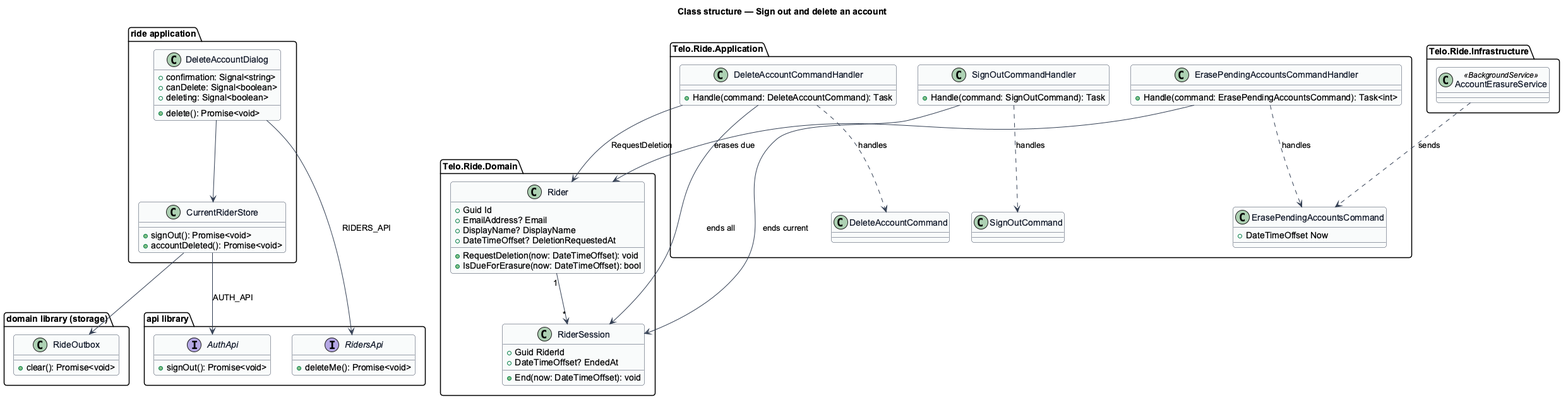
QuinntyneBrown/ride-one keeps this PlantUML diagram as docs/detailed-designs/accounts/sign-out-and-delete-an-account/diagrams/class-structure.png. Above is the earlier version.
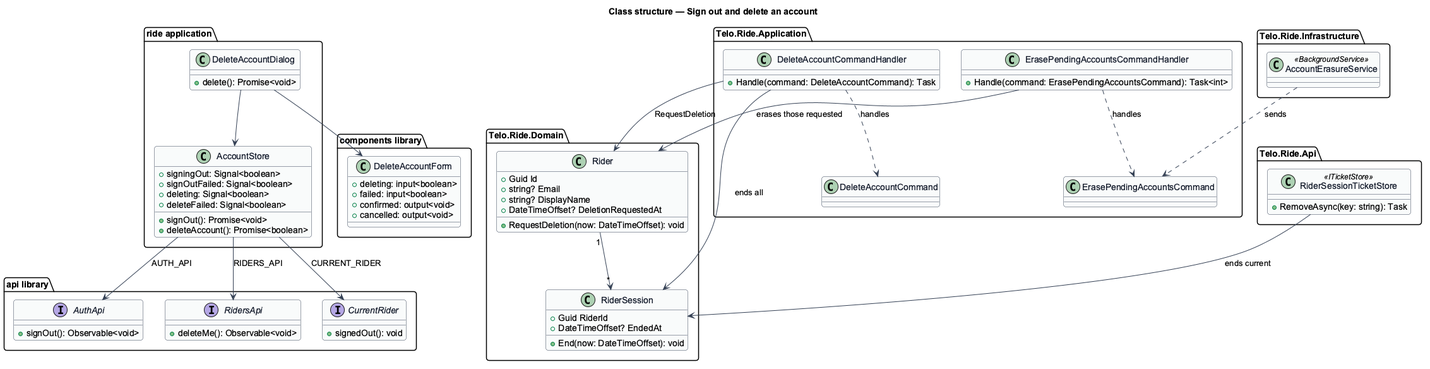
After the change.

Change to the diagram source:
```diff
@@ -13,45 +13,47 @@
 title Class structure — Sign out and delete an account
 package "ride application" {
   class DeleteAccountDialog {
-    +confirmation: Signal<string>
-    +canDelete: Signal<boolean>
-    +deleting: Signal<boolean>
     +delete(): Promise<void>
   }
-  class CurrentRiderStore {
+  class AccountStore {
+    +signingOut: Signal<boolean>
+    +signOutFailed: Signal<boolean>
+    +deleting: Signal<boolean>
+    +deleteFailed: Signal<boolean>
     +signOut(): Promise<void>
-    +accountDeleted(): Promise<void>
+    +deleteAccount(): Promise<boolean>
+  }
+}
+package "components library" {
+  class DeleteAccountForm {
+    +deleting: input<boolean>
+    +failed: input<boolean>
+    +confirmed: output<void>
+    +cancelled: output<void>
   }
 }
 package "api library" {
   interface AuthApi {
-    +signOut(): Promise<void>
+    +signOut(): Observable<void>
   }
   interface RidersApi {
-    +deleteMe(): Promise<void>
+    +deleteMe(): Observable<void>
+  }
+  interface CurrentRider {
+    +signedOut(): void
   }
 }
-package "domain library (storage)" {
-  class RideOutbox {
-    +clear(): Promise<void>
-  }
-}
-DeleteAccountDialog --> RidersApi : RIDERS_API
-DeleteAccountDialog --> CurrentRiderStore
-CurrentRiderStore --> AuthApi : AUTH_API
-CurrentRiderStore --> RideOutbox
+DeleteAccountDialog --> DeleteAccountForm
+DeleteAccountDialog --> AccountStore
+AccountStore --> AuthApi : AUTH_API
+AccountStore --> RidersApi : RIDERS_API
+AccountStore --> CurrentRider : CURRENT_RIDER
 package "Telo.Ride.Application" {
-  class SignOutCommand
-  class SignOutCommandHandler {
-    +Handle(command: SignOutCommand): Task
-  }
   class DeleteAccountCommand
   class DeleteAccountCommandHandler {
     +Handle(command: DeleteAccountCommand): Task
   }
-  class ErasePendingAccountsCommand {
-    +DateTimeOffset Now
-  }
+  class ErasePendingAccountsCommand
   class ErasePendingAccountsCommandHandler {
     +Handle(command: ErasePendingAccountsCommand): Task<int>
   }
@@ -59,11 +61,10 @@
 package "Telo.Ride.Domain" {
   class Rider {
     +Guid Id
-    +EmailAddress? Email
-    +DisplayName? DisplayName
+    +string? Email
+    +string? DisplayName
     +DateTimeOffset? DeletionRequestedAt
     +RequestDeletion(now: DateTimeOffset): void
-    +IsDueForErasure(now: DateTimeOffset): bool
   }
   class RiderSession {
     +Guid RiderId
@@ -71,16 +72,20 @@
     +End(now: DateTimeOffset): void
   }
 }
+package "Telo.Ride.Api" {
+  class RiderSessionTicketStore <<ITicketStore>> {
+    +RemoveAsync(key: string): Task
+  }
+}
 package "Telo.Ride.Infrastructure" {
   class AccountErasureService <<BackgroundService>>
 }
-SignOutCommandHandler ..> SignOutCommand : handles
+RiderSessionTicketStore --> RiderSession : ends current
 DeleteAccountCommandHandler ..> DeleteAccountCommand : handles
 ErasePendingAccountsCommandHandler ..> ErasePendingAccountsCommand : handles
-SignOutCommandHandler --> RiderSession : ends current
 DeleteAccountCommandHandler --> Rider : RequestDeletion
 DeleteAccountCommandHandler --> RiderSession : ends all
-ErasePendingAccountsCommandHandler --> Rider : erases due
+ErasePendingAccountsCommandHandler --> Rider : erases those requested
 AccountErasureService ..> ErasePendingAccountsCommand : sends
 Rider "1" --> "*" RiderSession
 @enduml
```
